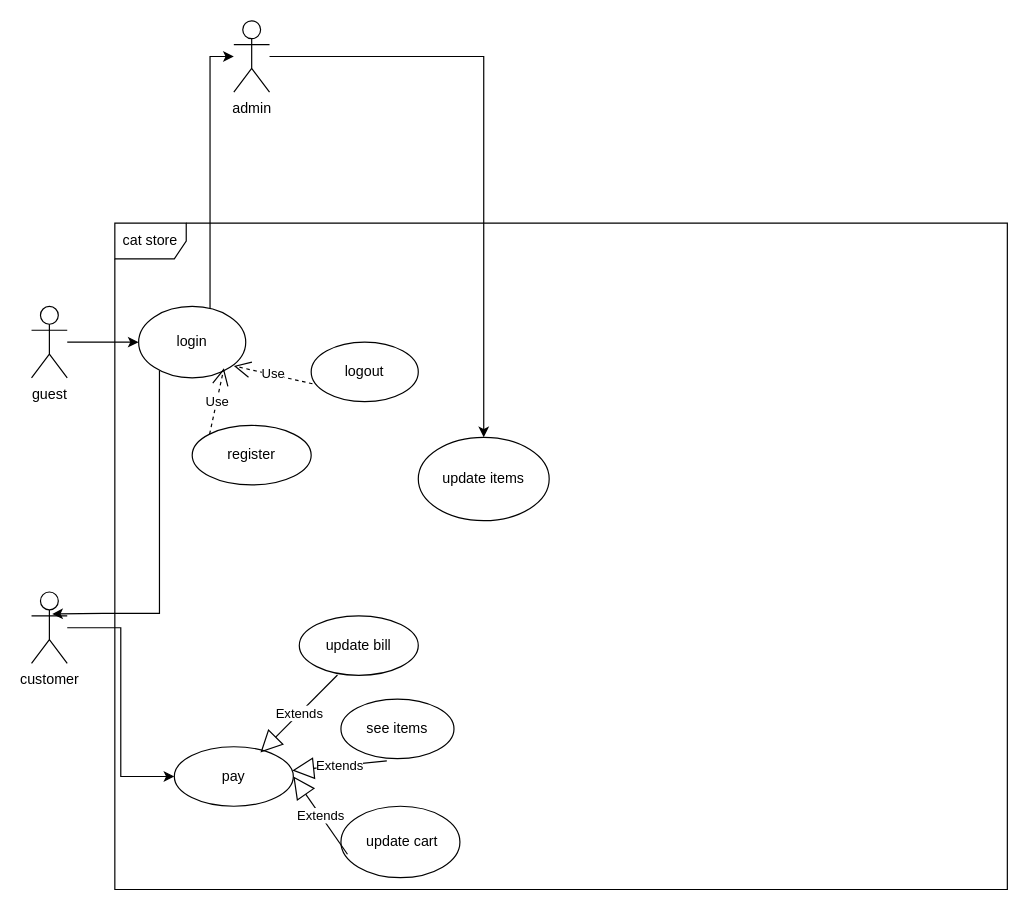
Above: page "use case" (1 of 2) of docs/cat-store.drawio in anh0701/cat-store (draw.io), before the change. Source tidied: cells renumbered, new cells numbered last; positions are measured from the earlier drawing's top-left corner, leaving out a move shared by most shapes. Both pictures are drawn from the tidied source at 119%, with x=0, y=0 at pixel (31, 20).
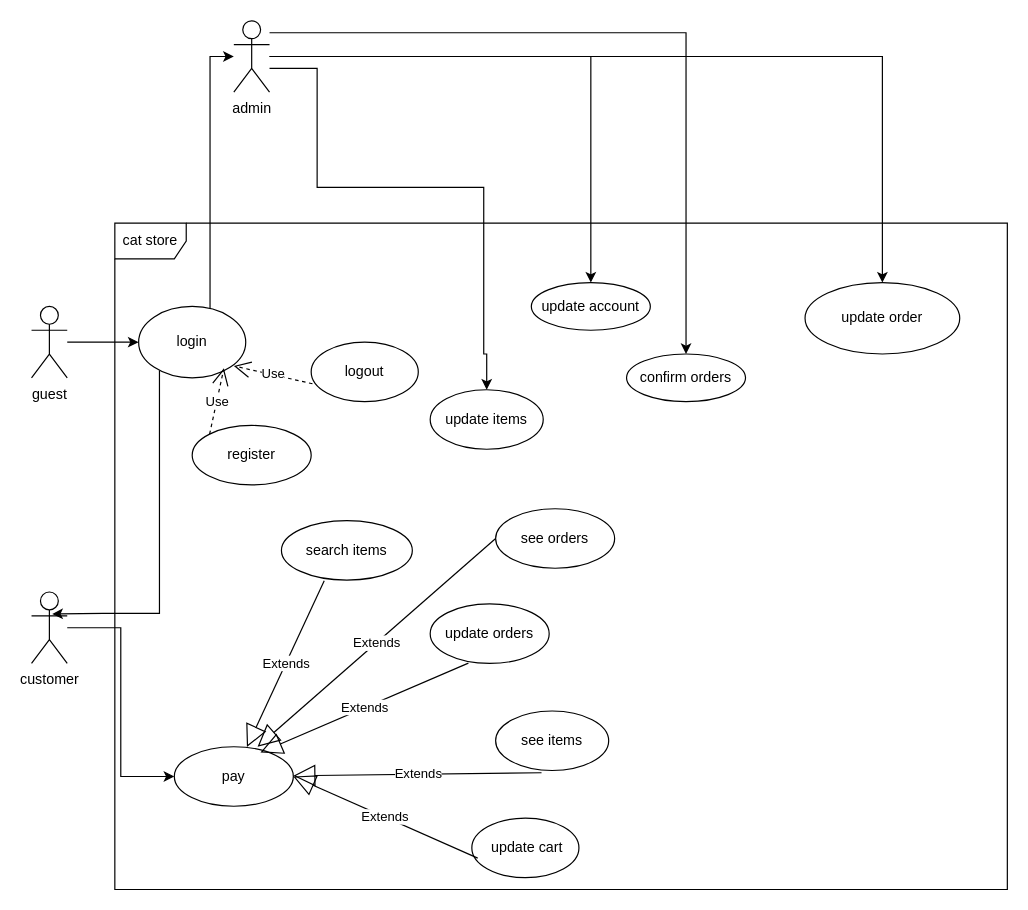
Above is the later version.

Commit message:
add state diagram

The change refers to these unchanged cells:
```xml
<mxCell id="7" value="admin" style="shape=umlActor;verticalLabelPosition=bottom;verticalAlign=top;html=1;" parent="1" vertex="1">
  <mxGeometry x="170" width="30" height="60" as="geometry" />
</mxCell>
<mxCell id="12" value="pay" style="ellipse;whiteSpace=wrap;html=1;" parent="1" vertex="1">
  <mxGeometry x="120" y="610" width="100" height="50" as="geometry" />
</mxCell>
```

Diff of the diagram source:
```diff
@@
     <mxCell id="6" style="edgeStyle=orthogonalEdgeStyle;rounded=0;jettySize=auto;html=1;entryX=0.5;entryY=0;entryDx=0;entryDy=0;" parent="1" edge="1" source="7" target="23">
-      <mxGeometry relative="1" as="geometry" />
+      <mxGeometry relative="1" as="geometry">
+        <Array as="points">
+          <mxPoint x="240" y="40" />
+          <mxPoint x="240" y="140" />
+          <mxPoint x="380" y="140" />
+          <mxPoint x="380" y="280" />
+          <mxPoint x="382" y="280" />
+        </Array>
+      </mxGeometry>
     </mxCell>
+    <mxCell id="24" style="edgeStyle=orthogonalEdgeStyle;rounded=0;jettySize=auto;html=1;entryX=0.5;entryY=0;entryDx=0;entryDy=0;" parent="1" edge="1" target="27">
+      <mxGeometry relative="1" as="geometry">
+        <mxPoint x="200" y="30" as="sourcePoint" />
+        <Array as="points">
+          <mxPoint x="470" y="30" />
+        </Array>
+      </mxGeometry>
+    </mxCell>
+    <mxCell id="25" style="edgeStyle=orthogonalEdgeStyle;rounded=0;jettySize=auto;html=1;entryX=0.5;entryY=0;entryDx=0;entryDy=0;" parent="1" edge="1" source="7" target="28">
+      <mxGeometry relative="1" as="geometry">
+        <Array as="points">
+          <mxPoint x="550" y="10" />
+        </Array>
+      </mxGeometry>
+    </mxCell>
+    <mxCell id="26" style="edgeStyle=orthogonalEdgeStyle;rounded=0;jettySize=auto;html=1;entryX=0.5;entryY=0;entryDx=0;entryDy=0;" parent="1" edge="1" source="7" target="33">
+      <mxGeometry relative="1" as="geometry" />
+    </mxCell>
@@
     <mxCell id="13" value="see items" style="ellipse;whiteSpace=wrap;html=1;" parent="1" vertex="1">
-      <mxGeometry x="260" y="570" width="95" height="50" as="geometry" />
+      <mxGeometry x="390" y="580" width="95" height="50" as="geometry" />
     </mxCell>
@@
     <mxCell id="18" value="&amp;nbsp;update cart" style="ellipse;whiteSpace=wrap;html=1;" parent="1" vertex="1">
-      <mxGeometry x="260" y="660" width="100" height="60" as="geometry" />
+      <mxGeometry x="370" y="670" width="90" height="50" as="geometry" />
     </mxCell>
@@
-    <mxCell id="21" value="update bill" style="ellipse;whiteSpace=wrap;html=1;" parent="1" vertex="1">
-      <mxGeometry x="225" y="500" width="100" height="50" as="geometry" />
+    <mxCell id="21" value="update orders" style="ellipse;whiteSpace=wrap;html=1;" parent="1" vertex="1">
+      <mxGeometry x="335" y="490" width="100" height="50" as="geometry" />
     </mxCell>
@@
     <mxCell id="23" value="update items" style="ellipse;whiteSpace=wrap;html=1;" parent="1" vertex="1">
-      <mxGeometry x="325" y="350" width="110" height="70" as="geometry" />
+      <mxGeometry x="335" y="310" width="95" height="50" as="geometry" />
     </mxCell>
+    <mxCell id="27" value="update account" style="ellipse;whiteSpace=wrap;html=1;" parent="1" vertex="1">
+      <mxGeometry x="420" y="220" width="100" height="40" as="geometry" />
+    </mxCell>
+    <mxCell id="28" value="confirm orders" style="ellipse;whiteSpace=wrap;html=1;" parent="1" vertex="1">
+      <mxGeometry x="500" y="280" width="100" height="40" as="geometry" />
+    </mxCell>
+    <mxCell id="29" value="search items" style="ellipse;whiteSpace=wrap;html=1;" parent="1" vertex="1">
+      <mxGeometry x="210" y="420" width="110" height="50" as="geometry" />
+    </mxCell>
+    <mxCell id="30" value="Extends" style="endArrow=block;endSize=16;endFill=0;html=1;rounded=0;exitX=0.327;exitY=1.01;exitDx=0;exitDy=0;exitPerimeter=0;entryX=0.61;entryY=0.005;entryDx=0;entryDy=0;entryPerimeter=0;" parent="1" edge="1" source="29" target="12">
+      <mxGeometry relative="1" as="geometry" />
+    </mxCell>
+    <mxCell id="31" value="see orders" style="ellipse;whiteSpace=wrap;html=1;" parent="1" vertex="1">
+      <mxGeometry x="390" y="410" width="100" height="50" as="geometry" />
+    </mxCell>
+    <mxCell id="32" value="Extends" style="endArrow=block;endSize=16;endFill=0;html=1;rounded=0;exitX=0;exitY=0.5;exitDx=0;exitDy=0;" parent="1" edge="1" source="31">
+      <mxGeometry relative="1" as="geometry">
+        <mxPoint x="190" y="610" as="targetPoint" />
+      </mxGeometry>
+    </mxCell>
+    <mxCell id="33" value="update order" style="ellipse;whiteSpace=wrap;html=1;" parent="1" vertex="1">
+      <mxGeometry x="650" y="220" width="130" height="60" as="geometry" />
+    </mxCell>
```
